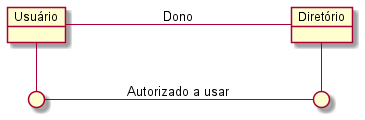
Before: Imagens/modelos-01/imagem-14/mod01ima14.png, a diagram exported from PlantUML (kyriosdata/oo).
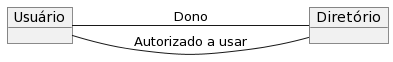
The same diagram one commit later.

Change to the diagram source:
```diff
@@ -1,12 +1,9 @@
-@startuml mod01ima14
+@startuml
 skinparam ClassAttributeIconSize 0
 object "Usuário" as o1
 object "Diretório" as o2
-circle " " as p1
-circle " " as p2
+
 left to right direction
 o1 --- o2 : Dono
-o1 -right- p1
-p1 --- p2 : Autorizado a usar
-p2 --left- o2
+o1 -- o2 : Autorizado a usar
 @enduml
```
